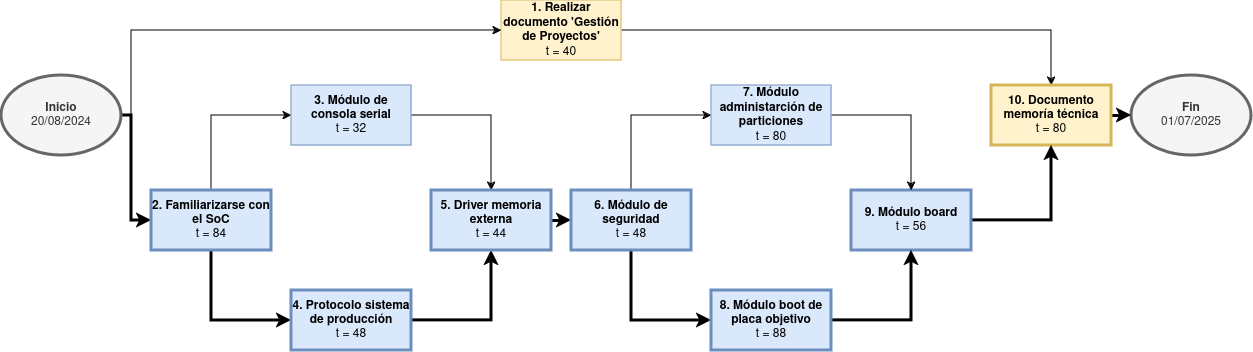
guirespi/GdP-Bootloader keeps this draw.io diagram as Figuras/GdPDiagrams-AoN_sec9.png. Above is the earlier version. Source tidied: cells renumbered, new cells last; positions are measured from the earlier drawing's top-left corner, leaving out a move shared by most shapes.
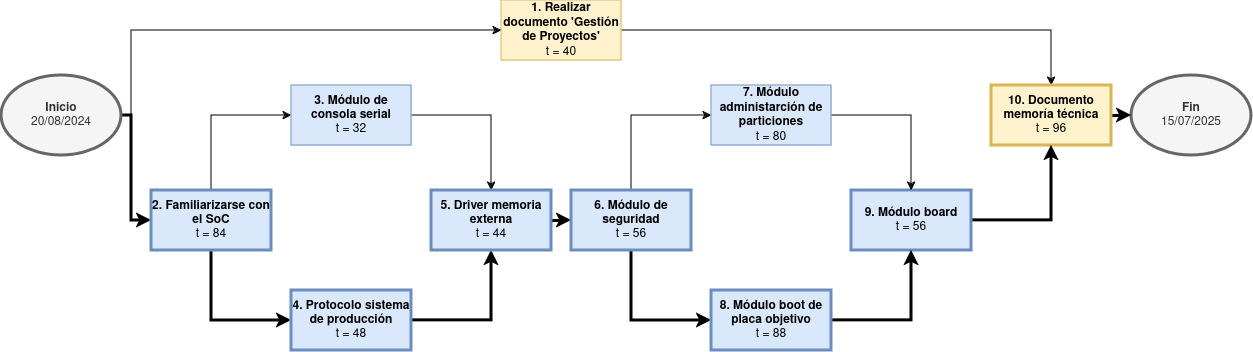
The same diagram one commit later.

What changed in the source:
```diff
@@ -27,7 +27,7 @@
     <mxCell id="6" value="&lt;div&gt;&lt;b&gt;Inicio&lt;/b&gt;&lt;/div&gt;&lt;div&gt;20/08/2024&lt;b&gt;&lt;br&gt;&lt;/b&gt;&lt;/div&gt;" style="ellipse;whiteSpace=wrap;html=1;fillColor=#f5f5f5;fontColor=#333333;strokeColor=#666666;strokeWidth=3;" parent="1" vertex="1">
       <mxGeometry y="75" width="120" height="80" as="geometry" />
     </mxCell>
-    <mxCell id="7" value="&lt;b&gt;Fin&lt;/b&gt;&lt;div&gt;01/07/2025&lt;b&gt;&lt;br&gt;&lt;/b&gt;&lt;/div&gt;" style="ellipse;whiteSpace=wrap;html=1;fillColor=#f5f5f5;fontColor=#333333;strokeColor=#666666;strokeWidth=3;" parent="1" vertex="1">
+    <mxCell id="7" value="&lt;b&gt;Fin&lt;/b&gt;&lt;div&gt;15/07/2025&lt;b&gt;&lt;br&gt;&lt;/b&gt;&lt;/div&gt;" style="ellipse;whiteSpace=wrap;html=1;fillColor=#f5f5f5;fontColor=#333333;strokeColor=#666666;strokeWidth=3;" parent="1" vertex="1">
       <mxGeometry x="1130" y="75" width="120" height="80" as="geometry" />
     </mxCell>
     <mxCell id="8" style="edgeStyle=orthogonalEdgeStyle;rounded=0;jettySize=auto;html=1;exitX=0.5;exitY=0;exitDx=0;exitDy=0;entryX=0;entryY=0.5;entryDx=0;entryDy=0;" parent="1" edge="1" source="10" target="12">
@@ -63,13 +63,13 @@
     <mxCell id="18" style="edgeStyle=orthogonalEdgeStyle;rounded=0;jettySize=auto;html=1;exitX=0.5;exitY=1;exitDx=0;exitDy=0;entryX=0;entryY=0.5;entryDx=0;entryDy=0;strokeWidth=3;" parent="1" edge="1" source="19" target="27">
       <mxGeometry relative="1" as="geometry" />
     </mxCell>
-    <mxCell id="19" value="&lt;div&gt;&lt;b&gt;6. Módulo de seguridad &lt;br&gt;&lt;/b&gt;&lt;/div&gt;&lt;div&gt;t = 48&lt;/div&gt;" style="rounded=0;whiteSpace=wrap;html=1;fillColor=#dae8fc;strokeColor=#6c8ebf;strokeWidth=3;" parent="1" vertex="1">
+    <mxCell id="19" value="&lt;div&gt;&lt;b&gt;6. Módulo de seguridad &lt;br&gt;&lt;/b&gt;&lt;/div&gt;&lt;div&gt;t = 56&lt;br&gt;&lt;/div&gt;" style="rounded=0;whiteSpace=wrap;html=1;fillColor=#dae8fc;strokeColor=#6c8ebf;strokeWidth=3;" parent="1" vertex="1">
       <mxGeometry x="570" y="190" width="120" height="60" as="geometry" />
     </mxCell>
     <mxCell id="20" style="edgeStyle=orthogonalEdgeStyle;rounded=0;jettySize=auto;html=1;exitX=1;exitY=0.5;exitDx=0;exitDy=0;entryX=0;entryY=0.5;entryDx=0;entryDy=0;strokeWidth=3;" parent="1" edge="1" source="21" target="7">
       <mxGeometry relative="1" as="geometry" />
     </mxCell>
-    <mxCell id="21" value="&lt;div&gt;&lt;b&gt;10. Documento memoría técnica&lt;br&gt;&lt;/b&gt;&lt;/div&gt;&lt;div&gt;t = 80&lt;br&gt;&lt;/div&gt;" style="rounded=0;whiteSpace=wrap;html=1;fillColor=#fff2cc;strokeColor=#d6b656;strokeWidth=3;" parent="1" vertex="1">
+    <mxCell id="21" value="&lt;div&gt;&lt;b&gt;10. Documento memoría técnica&lt;br&gt;&lt;/b&gt;&lt;/div&gt;&lt;div&gt;t = 96&lt;br&gt;&lt;/div&gt;" style="rounded=0;whiteSpace=wrap;html=1;fillColor=#fff2cc;strokeColor=#d6b656;strokeWidth=3;" parent="1" vertex="1">
       <mxGeometry x="990" y="85" width="120" height="60" as="geometry" />
     </mxCell>
     <mxCell id="22" style="edgeStyle=orthogonalEdgeStyle;rounded=0;jettySize=auto;html=1;exitX=1;exitY=0.5;exitDx=0;exitDy=0;entryX=0.5;entryY=1;entryDx=0;entryDy=0;strokeWidth=3;" parent="1" edge="1" source="23" target="21">
```
